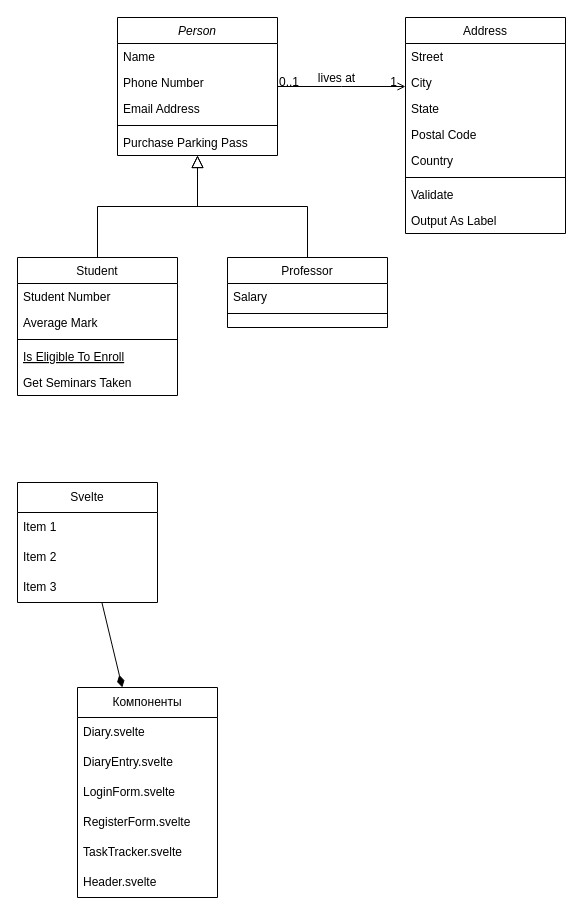
v-tempe/draw.io keeps this draw.io diagram as Диаграмма без названия.drawio. Above is the earlier version. Source tidied: cells renumbered, new cells numbered last; positions are measured from the earlier drawing's top-left corner, leaving out a move shared by most shapes. Both pictures are drawn from the tidied source at 100%, with x=0, y=0 at pixel (17, 17).
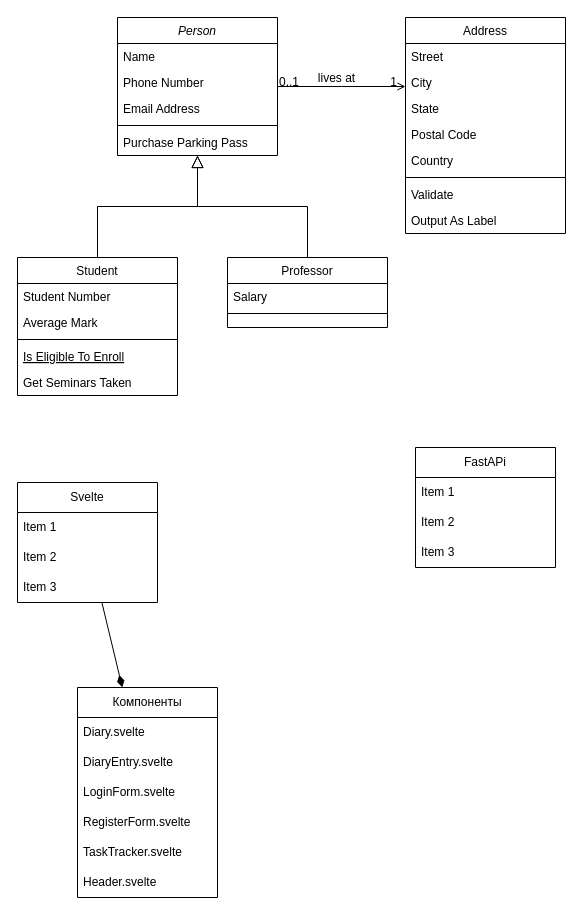
Above is the later version.

What changed in the source:
```diff
@@
+    <mxCell id="44" value="FastAPi" style="swimlane;fontStyle=0;horizontal=1;startSize=30;whiteSpace=wrap;html=1;" parent="1" vertex="1">
+      <mxGeometry x="398" y="430" width="140" height="120" as="geometry" />
+    </mxCell>
+    <mxCell id="45" value="Item 1" style="text;strokeColor=none;fillColor=none;align=left;verticalAlign=middle;spacingLeft=4;spacingRight=4;overflow=hidden;whiteSpace=wrap;html=1;" parent="44" vertex="1">
+      <mxGeometry y="30" width="140" height="30" as="geometry" />
+    </mxCell>
+    <mxCell id="46" value="Item 2" style="text;strokeColor=none;fillColor=none;align=left;verticalAlign=middle;spacingLeft=4;spacingRight=4;overflow=hidden;whiteSpace=wrap;html=1;" parent="44" vertex="1">
+      <mxGeometry y="60" width="140" height="30" as="geometry" />
+    </mxCell>
+    <mxCell id="47" value="Item 3" style="text;strokeColor=none;fillColor=none;align=left;verticalAlign=middle;spacingLeft=4;spacingRight=4;overflow=hidden;whiteSpace=wrap;html=1;" parent="44" vertex="1">
+      <mxGeometry y="90" width="140" height="30" as="geometry" />
+    </mxCell>
```
